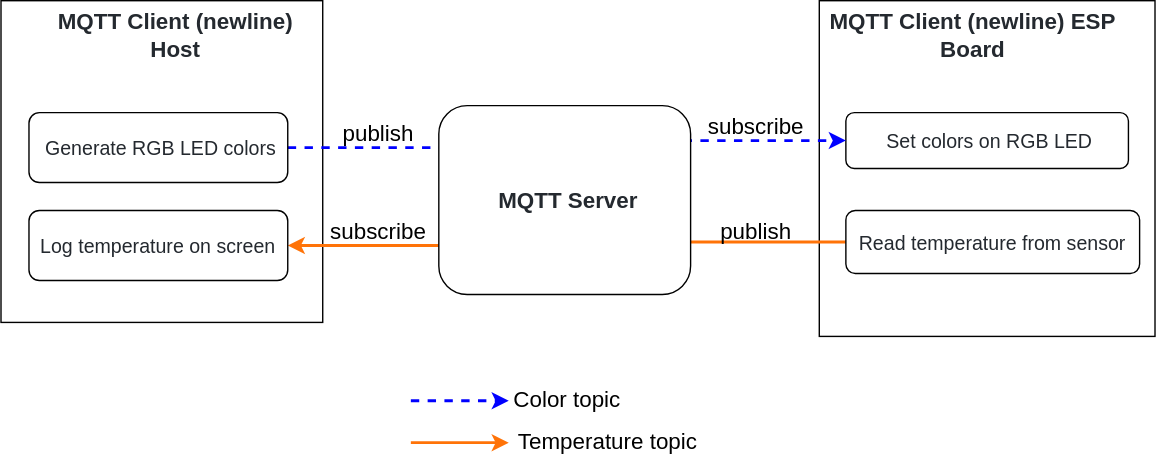
esp-rs/std-training keeps this draw.io diagram as book/src/assets/mqtt_structure.svg. Above is the earlier version. Source tidied: cells renumbered, new cells last; positions are measured from the earlier drawing's top-left corner, leaving out a move shared by most shapes.
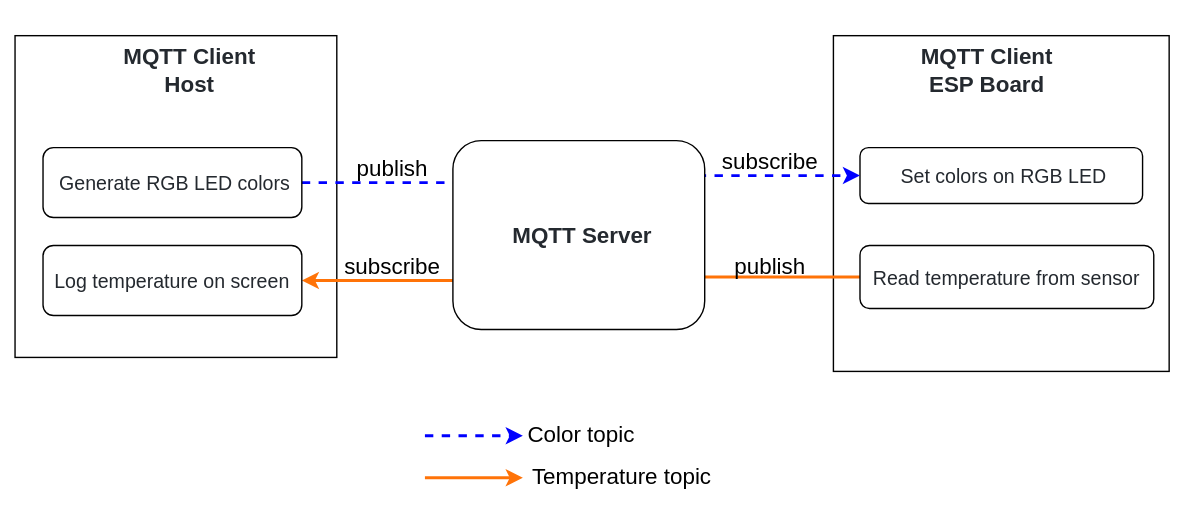
After the commit.

What changed in the source:
```diff
@@ -2,16 +2,19 @@
   <root>
     <mxCell id="0" />
     <mxCell id="1" parent="0" />
+    <mxCell id="25" style="rounded=0;whiteSpace=wrap;html=1;strokeColor=none;" parent="1" vertex="1">
+      <mxGeometry x="-10" y="-25" width="847" height="370" as="geometry" />
+    </mxCell>
     <mxCell id="2" style="whiteSpace=wrap;html=1;" parent="1" vertex="1">
       <mxGeometry width="230" height="230" as="geometry" />
     </mxCell>
     <mxCell id="3" value="&lt;span style=&quot;color: rgb(36 , 41 , 47) ; font-family: , &amp;#34;blinkmacsystemfont&amp;#34; , &amp;#34;segoe ui&amp;#34; , &amp;#34;helvetica&amp;#34; , &amp;#34;arial&amp;#34; , sans-serif , &amp;#34;apple color emoji&amp;#34; , &amp;#34;segoe ui emoji&amp;#34; ; font-size: 14px ; background-color: rgb(255 , 255 , 255)&quot;&gt;&lt;br&gt;&lt;/span&gt;" style="whiteSpace=wrap;html=1;" parent="1" vertex="1">
       <mxGeometry x="585" width="240" height="240" as="geometry" />
     </mxCell>
-    <mxCell id="4" value="&lt;span style=&quot;color: rgb(36 , 41 , 47) ; background-color: rgb(255 , 255 , 255)&quot;&gt;&lt;font style=&quot;font-size: 16px&quot;&gt;MQTT Client (newline) &lt;br&gt;Host&lt;/font&gt;&lt;/span&gt;" style="text;html=1;strokeColor=none;fillColor=none;align=center;verticalAlign=middle;whiteSpace=wrap;rounded=0;fontSize=16;fontStyle=1;" parent="1" vertex="1">
+    <mxCell id="4" value="&lt;span style=&quot;color: rgb(36 , 41 , 47) ; background-color: rgb(255 , 255 , 255)&quot;&gt;&lt;font style=&quot;font-size: 16px&quot;&gt;MQTT Client &lt;br&gt;Host&lt;/font&gt;&lt;/span&gt;" style="text;html=1;strokeColor=none;fillColor=none;align=center;verticalAlign=middle;whiteSpace=wrap;rounded=0;fontSize=16;fontStyle=1;" parent="1" vertex="1">
       <mxGeometry x="1.2" y="10" width="247.5" height="30" as="geometry" />
     </mxCell>
-    <mxCell id="5" value="&lt;font color=&quot;#24292f&quot;&gt;MQTT Client (newline) ESP &lt;br&gt;Board&lt;/font&gt;" style="text;html=1;strokeColor=none;fillColor=none;align=center;verticalAlign=middle;whiteSpace=wrap;rounded=0;fontSize=16;fontStyle=1;" parent="1" vertex="1">
+    <mxCell id="5" value="&lt;font color=&quot;#24292f&quot;&gt;MQTT Client&lt;br&gt;ESP Board&lt;/font&gt;" style="text;html=1;strokeColor=none;fillColor=none;align=center;verticalAlign=middle;whiteSpace=wrap;rounded=0;fontSize=16;fontStyle=1;" parent="1" vertex="1">
       <mxGeometry x="560" y="10" width="270" height="30" as="geometry" />
     </mxCell>
     <mxCell id="6" value="&lt;span style=&quot;color: rgb(36 , 41 , 47) ; font-size: 14px ; background-color: rgb(255 , 255 , 255)&quot;&gt;&amp;nbsp;Set colors on RGB LED&lt;/span&gt;" style="rounded=1;whiteSpace=wrap;html=1;fontSize=16;" parent="1" vertex="1">
```
